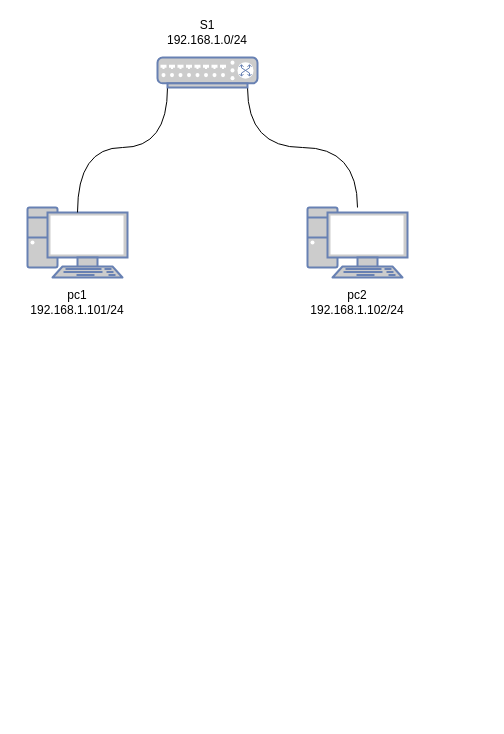
garryfan2013/network_trainning keeps this draw.io diagram as page "switch" (9 of 12) of network_trainning.drawio. Above is the earlier version. Source tidied: cells renumbered, new cells numbered last; positions are measured from the earlier drawing's top-left corner, leaving out a move shared by most shapes. Both pictures are drawn from the tidied source at 100%, with x=0, y=0 at pixel (17, 17).
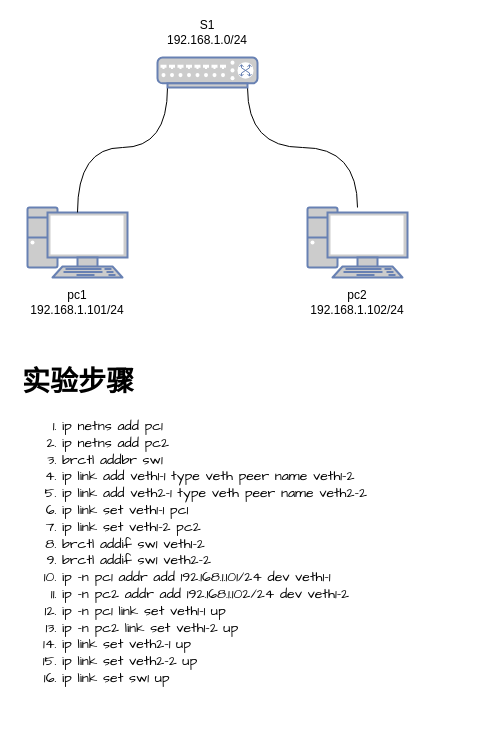
Above is the later version.

Change to the diagram source:
```diff
@@
 <mxGraphModel>
   <root>
     <mxCell id="0" />
     <mxCell id="1" parent="0" />
     <mxCell id="2" style="fontColor=#0066CC;verticalAlign=top;verticalLabelPosition=bottom;labelPosition=center;align=center;html=1;outlineConnect=0;fillColor=#CCCCCC;strokeColor=#6881B3;gradientColor=none;gradientDirection=north;strokeWidth=2;shape=mxgraph.networks.pc;" parent="1" vertex="1">
       <mxGeometry x="10" y="190" width="100" height="70" as="geometry" />
     </mxCell>
     <mxCell id="3" style="fontColor=#0066CC;verticalAlign=top;verticalLabelPosition=bottom;labelPosition=center;align=center;html=1;outlineConnect=0;fillColor=#CCCCCC;strokeColor=#6881B3;gradientColor=none;gradientDirection=north;strokeWidth=2;shape=mxgraph.networks.pc;" parent="1" vertex="1">
       <mxGeometry x="290" y="190" width="100" height="70" as="geometry" />
     </mxCell>
     <mxCell id="4" style="rounded=0;jettySize=auto;html=1;entryX=0.5;entryY=0.07;entryDx=0;entryDy=0;entryPerimeter=0;elbow=vertical;edgeStyle=orthogonalEdgeStyle;curved=1;endArrow=none;endFill=0;exitX=0.1;exitY=1;exitDx=0;exitDy=0;exitPerimeter=0;" parent="1" edge="1" source="6" target="2">
       <mxGeometry relative="1" as="geometry" />
     </mxCell>
     <mxCell id="5" style="edgeStyle=orthogonalEdgeStyle;rounded=0;jettySize=auto;elbow=vertical;html=1;exitX=0.9;exitY=1;exitDx=0;exitDy=0;exitPerimeter=0;endArrow=none;endFill=0;curved=1;" parent="1" edge="1" source="6" target="3">
       <mxGeometry relative="1" as="geometry" />
     </mxCell>
     <mxCell id="6" style="fontColor=#0066CC;verticalAlign=top;verticalLabelPosition=bottom;labelPosition=center;align=center;html=1;outlineConnect=0;fillColor=#CCCCCC;strokeColor=#6881B3;gradientColor=none;gradientDirection=north;strokeWidth=2;shape=mxgraph.networks.switch;" parent="1" vertex="1">
       <mxGeometry x="140" y="40" width="100" height="30" as="geometry" />
     </mxCell>
     <mxCell id="7" value="S1&lt;br&gt;192.168.1.0/24" style="text;html=1;strokeColor=none;fillColor=none;align=center;verticalAlign=middle;whiteSpace=wrap;rounded=0;dashed=1;" parent="1" vertex="1">
       <mxGeometry x="130" width="120" height="30" as="geometry" />
     </mxCell>
     <mxCell id="8" value="pc1&lt;br&gt;192.168.1.101/24" style="text;html=1;strokeColor=none;fillColor=none;align=center;verticalAlign=middle;whiteSpace=wrap;rounded=0;dashed=1;" parent="1" vertex="1">
       <mxGeometry y="270" width="120" height="30" as="geometry" />
     </mxCell>
     <mxCell id="9" value="pc2&lt;br&gt;192.168.1.102/24" style="text;html=1;strokeColor=none;fillColor=none;align=center;verticalAlign=middle;whiteSpace=wrap;rounded=0;dashed=1;" parent="1" vertex="1">
       <mxGeometry x="280" y="270" width="120" height="30" as="geometry" />
     </mxCell>
+    <mxCell id="10" value="&lt;h1&gt;实验步骤&lt;/h1&gt;&lt;p&gt;&lt;/p&gt;&lt;ol&gt;&lt;li&gt;ip netns add pc1&lt;/li&gt;&lt;li&gt;ip netns add pc2&lt;/li&gt;&lt;li&gt;brctl addbr sw1&lt;/li&gt;&lt;li&gt;ip link add veth1-1 type veth peer name veth1-2&lt;/li&gt;&lt;li&gt;ip link add veth2-1 type veth peer name veth2-2&lt;/li&gt;&lt;li&gt;ip link set veth1-1 pc1&lt;/li&gt;&lt;li&gt;ip link set veth1-2 pc2&lt;/li&gt;&lt;li&gt;brctl addif sw1 veth1-2&lt;/li&gt;&lt;li&gt;brctl addif sw1 veth2-2&lt;/li&gt;&lt;li&gt;ip -n pc1 addr add 192.168.1.101/24 dev veth1-1&lt;/li&gt;&lt;li&gt;ip -n pc2 addr add 192.168.1.102/24 dev veth1-2&lt;/li&gt;&lt;li&gt;ip -n pc1 link set veth1-1 up&lt;/li&gt;&lt;li&gt;ip -n pc2 link set veth1-2 up&lt;/li&gt;&lt;li&gt;ip link set veth2-1 up&lt;/li&gt;&lt;li&gt;ip link set veth2-2 up&lt;/li&gt;&lt;li&gt;ip link set sw1 up&lt;/li&gt;&lt;/ol&gt;&lt;p&gt;&lt;/p&gt;" style="text;html=1;strokeColor=none;fillColor=none;spacing=5;spacingTop=-20;whiteSpace=wrap;overflow=hidden;rounded=0;fontFamily=Comic Sans MS;fontSize=14;" parent="1" vertex="1">
+      <mxGeometry y="340" width="470" height="360" as="geometry" />
+    </mxCell>
   </root>
 </mxGraphModel>
```
